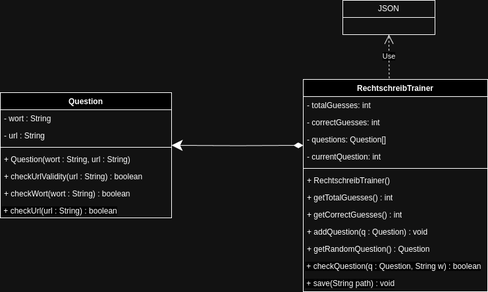
TGM-HIT/sew9-2425-worttrainer-ahujaankush keeps this draw.io diagram as Worttrainer.png. Above is the earlier version. Source tidied: cells renumbered, new cells last; positions are measured from the earlier drawing's top-left corner, leaving out a move shared by most shapes.
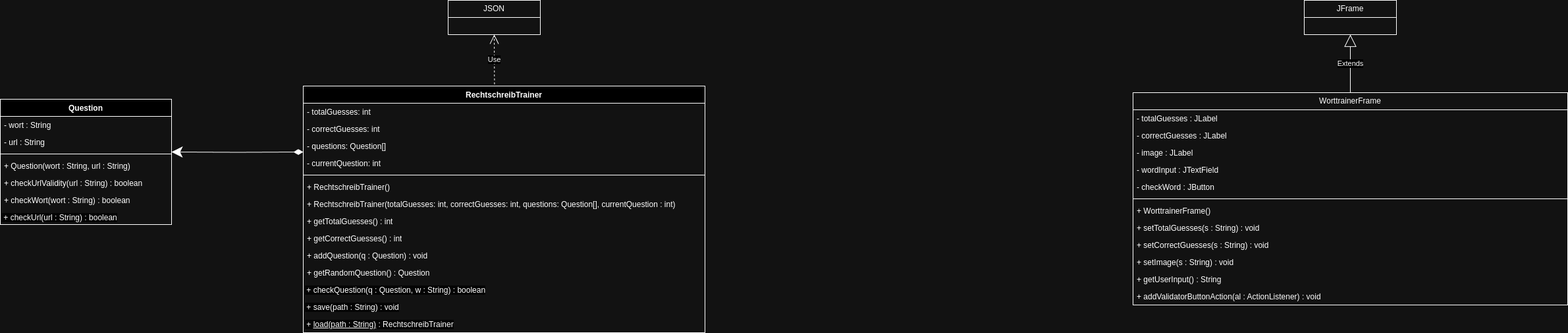
Later version of the same file.

Commit message:
UML :  WorttrainerFrame

Change to the diagram source:
```diff
@@ -27,54 +27,105 @@
       <mxGeometry y="166" width="260" height="24" as="geometry" />
     </mxCell>
     <mxCell id="10" value="RechtschreibTrainer" style="swimlane;fontStyle=1;align=center;verticalAlign=top;horizontal=1;startSize=26;whiteSpace=wrap;html=1;" parent="1" vertex="1">
-      <mxGeometry x="460" y="120" width="280" height="322" as="geometry" />
+      <mxGeometry x="460" y="120" width="610" height="374" as="geometry" />
     </mxCell>
     <mxCell id="11" value="- totalGuesses: int" style="text;strokeColor=none;fillColor=none;align=left;verticalAlign=top;spacingLeft=4;spacingRight=4;overflow=hidden;whiteSpace=wrap;html=1;" parent="10" vertex="1">
-      <mxGeometry y="26" width="280" height="26" as="geometry" />
+      <mxGeometry y="26" width="610" height="26" as="geometry" />
     </mxCell>
     <mxCell id="12" value="- correctGuesses: int" style="text;strokeColor=none;fillColor=none;align=left;verticalAlign=top;spacingLeft=4;spacingRight=4;overflow=hidden;whiteSpace=wrap;html=1;" parent="10" vertex="1">
-      <mxGeometry y="52" width="280" height="26" as="geometry" />
+      <mxGeometry y="52" width="610" height="26" as="geometry" />
     </mxCell>
     <mxCell id="13" value="- questions: Question[]" style="text;strokeColor=none;fillColor=none;align=left;verticalAlign=top;spacingLeft=4;spacingRight=4;overflow=hidden;points=[[0,0.5],[1,0.5]];portConstraint=eastwest;whiteSpace=wrap;html=1;" parent="10" vertex="1">
-      <mxGeometry y="78" width="280" height="26" as="geometry" />
+      <mxGeometry y="78" width="610" height="26" as="geometry" />
     </mxCell>
     <mxCell id="14" value="- currentQuestion: int" style="text;strokeColor=none;fillColor=none;align=left;verticalAlign=top;spacingLeft=4;spacingRight=4;overflow=hidden;whiteSpace=wrap;html=1;" parent="10" vertex="1">
-      <mxGeometry y="104" width="280" height="26" as="geometry" />
+      <mxGeometry y="104" width="610" height="26" as="geometry" />
     </mxCell>
     <mxCell id="15" style="line;strokeWidth=1;fillColor=none;align=left;verticalAlign=middle;spacingTop=-1;spacingLeft=3;spacingRight=3;labelPosition=right;strokeColor=inherit;" parent="10" vertex="1">
-      <mxGeometry y="130" width="280" height="10" as="geometry" />
+      <mxGeometry y="130" width="610" height="10" as="geometry" />
     </mxCell>
     <mxCell id="16" value="+ RechtschreibTrainer()" style="text;strokeColor=none;fillColor=none;align=left;verticalAlign=top;spacingLeft=4;spacingRight=4;overflow=hidden;whiteSpace=wrap;html=1;" parent="10" vertex="1">
-      <mxGeometry y="140" width="280" height="26" as="geometry" />
+      <mxGeometry y="140" width="610" height="26" as="geometry" />
     </mxCell>
+    <mxCell id="26" value="+ RechtschreibTrainer(totalGuesses: int, correctGuesses: int, questions: Question[], currentQuestion : int)" style="text;strokeColor=none;fillColor=none;align=left;verticalAlign=top;spacingLeft=4;spacingRight=4;overflow=hidden;whiteSpace=wrap;html=1;" parent="10" vertex="1">
+      <mxGeometry y="166" width="610" height="26" as="geometry" />
+    </mxCell>
     <mxCell id="17" value="+ getTotalGuesses() : int" style="text;strokeColor=none;fillColor=none;align=left;verticalAlign=top;spacingLeft=4;spacingRight=4;overflow=hidden;whiteSpace=wrap;html=1;" parent="10" vertex="1">
-      <mxGeometry y="166" width="280" height="26" as="geometry" />
+      <mxGeometry y="192" width="610" height="26" as="geometry" />
     </mxCell>
     <mxCell id="18" value="+ getCorrectGuesses() : int" style="text;strokeColor=none;fillColor=none;align=left;verticalAlign=top;spacingLeft=4;spacingRight=4;overflow=hidden;whiteSpace=wrap;html=1;" parent="10" vertex="1">
-      <mxGeometry y="192" width="280" height="26" as="geometry" />
+      <mxGeometry y="218" width="610" height="26" as="geometry" />
     </mxCell>
     <mxCell id="19" value="+ addQuestion(q : Question) : void" style="text;strokeColor=none;fillColor=none;align=left;verticalAlign=top;spacingLeft=4;spacingRight=4;overflow=hidden;whiteSpace=wrap;html=1;" parent="10" vertex="1">
-      <mxGeometry y="218" width="280" height="26" as="geometry" />
+      <mxGeometry y="244" width="610" height="26" as="geometry" />
     </mxCell>
     <mxCell id="20" value="+ getRandomQuestion() : Question" style="text;strokeColor=none;fillColor=none;align=left;verticalAlign=top;spacingLeft=4;spacingRight=4;overflow=hidden;whiteSpace=wrap;html=1;" parent="10" vertex="1">
-      <mxGeometry y="244" width="280" height="26" as="geometry" />
+      <mxGeometry y="270" width="610" height="26" as="geometry" />
     </mxCell>
-    <mxCell id="21" value="&lt;span style=&quot;color: rgb(0, 0, 0); font-family: Helvetica; font-size: 12px; font-style: normal; font-variant-ligatures: normal; font-variant-caps: normal; font-weight: 400; letter-spacing: normal; orphans: 2; text-align: left; text-indent: 0px; text-transform: none; widows: 2; word-spacing: 0px; -webkit-text-stroke-width: 0px; white-space: normal; background-color: rgb(251, 251, 251); text-decoration-thickness: initial; text-decoration-style: initial; text-decoration-color: initial; display: inline !important; float: none;&quot;&gt;&amp;nbsp;+ checkQuestion(q : Question, String w) : boolean&lt;/span&gt;" style="text;whiteSpace=wrap;html=1;" parent="10" vertex="1">
-      <mxGeometry y="270" width="280" height="26" as="geometry" />
+    <mxCell id="21" value="&lt;span style=&quot;color: rgb(0, 0, 0); font-family: Helvetica; font-size: 12px; font-style: normal; font-variant-ligatures: normal; font-variant-caps: normal; font-weight: 400; letter-spacing: normal; orphans: 2; text-align: left; text-indent: 0px; text-transform: none; widows: 2; word-spacing: 0px; -webkit-text-stroke-width: 0px; white-space: normal; background-color: rgb(251, 251, 251); text-decoration-thickness: initial; text-decoration-style: initial; text-decoration-color: initial; display: inline !important; float: none;&quot;&gt;&amp;nbsp;+ checkQuestion(q : Question, w : String) : boolean&lt;/span&gt;" style="text;whiteSpace=wrap;html=1;" parent="10" vertex="1">
+      <mxGeometry y="296" width="610" height="26" as="geometry" />
     </mxCell>
-    <mxCell id="22" value="&lt;span style=&quot;color: rgb(0, 0, 0); font-family: Helvetica; font-size: 12px; font-style: normal; font-variant-ligatures: normal; font-variant-caps: normal; font-weight: 400; letter-spacing: normal; orphans: 2; text-align: left; text-indent: 0px; text-transform: none; widows: 2; word-spacing: 0px; -webkit-text-stroke-width: 0px; white-space: normal; background-color: rgb(251, 251, 251); text-decoration-thickness: initial; text-decoration-style: initial; text-decoration-color: initial; display: inline !important; float: none;&quot;&gt;&amp;nbsp;+ save(String path) : void&lt;/span&gt;" style="text;whiteSpace=wrap;html=1;" parent="10" vertex="1">
-      <mxGeometry y="296" width="280" height="26" as="geometry" />
+    <mxCell id="22" value="&lt;span style=&quot;color: rgb(0, 0, 0); font-family: Helvetica; font-size: 12px; font-style: normal; font-variant-ligatures: normal; font-variant-caps: normal; font-weight: 400; letter-spacing: normal; orphans: 2; text-align: left; text-indent: 0px; text-transform: none; widows: 2; word-spacing: 0px; -webkit-text-stroke-width: 0px; white-space: normal; background-color: rgb(251, 251, 251); text-decoration-thickness: initial; text-decoration-style: initial; text-decoration-color: initial; display: inline !important; float: none;&quot;&gt;&amp;nbsp;+ save(path : String) : void&lt;/span&gt;" style="text;whiteSpace=wrap;html=1;" parent="10" vertex="1">
+      <mxGeometry y="322" width="610" height="26" as="geometry" />
     </mxCell>
+    <mxCell id="27" value="&lt;span style=&quot;color: rgb(0, 0, 0); font-family: Helvetica; font-size: 12px; font-style: normal; font-variant-ligatures: normal; font-variant-caps: normal; font-weight: 400; letter-spacing: normal; orphans: 2; text-align: left; text-indent: 0px; text-transform: none; widows: 2; word-spacing: 0px; -webkit-text-stroke-width: 0px; white-space: normal; background-color: rgb(251, 251, 251); text-decoration-thickness: initial; text-decoration-style: initial; text-decoration-color: initial; display: inline !important; float: none;&quot;&gt;&amp;nbsp;+ &lt;u&gt;load(path : String)&lt;/u&gt; : RechtschreibTrainer&lt;/span&gt;" style="text;whiteSpace=wrap;html=1;" parent="10" vertex="1">
+      <mxGeometry y="348" width="610" height="26" as="geometry" />
+    </mxCell>
     <mxCell id="23" style="endArrow=diamondThin;html=1;endSize=12;startArrow=classic;startSize=14;startFill=1;edgeStyle=orthogonalEdgeStyle;align=left;verticalAlign=bottom;rounded=0;entryX=0;entryY=0.846;entryDx=0;entryDy=0;entryPerimeter=0;endFill=1;" parent="1" edge="1" target="13">
       <mxGeometry x="-1" y="3" relative="1" as="geometry">
         <mxPoint x="260" y="220" as="sourcePoint" />
       </mxGeometry>
     </mxCell>
     <mxCell id="24" value="JSON" style="swimlane;fontStyle=0;horizontal=1;startSize=26;fillColor=none;whiteSpace=wrap;html=1;" parent="1" vertex="1">
-      <mxGeometry x="520" width="140" height="52" as="geometry" />
+      <mxGeometry x="680" y="-10" width="140" height="52" as="geometry" />
     </mxCell>
-    <mxCell id="25" value="Use" style="endArrow=open;endSize=12;dashed=1;html=1;rounded=0;exitX=0.466;exitY=-0.005;exitDx=0;exitDy=0;exitPerimeter=0;entryX=0.5;entryY=1;entryDx=0;entryDy=0;" parent="1" edge="1" source="10" target="24">
+    <mxCell id="25" value="Use" style="endArrow=open;endSize=12;dashed=1;html=1;rounded=0;exitX=0.476;exitY=-0.007;exitDx=0;exitDy=0;exitPerimeter=0;entryX=0.5;entryY=1;entryDx=0;entryDy=0;" parent="1" edge="1" source="10" target="24">
       <mxGeometry relative="1" as="geometry" />
     </mxCell>
+    <mxCell id="28" value="WorttrainerFrame" style="swimlane;fontStyle=0;horizontal=1;startSize=26;fillColor=none;whiteSpace=wrap;html=1;" parent="1" vertex="1">
+      <mxGeometry x="1720" y="130" width="660" height="322" as="geometry" />
+    </mxCell>
+    <mxCell id="29" value="- totalGuesses : JLabel" style="text;strokeColor=none;fillColor=none;align=left;verticalAlign=top;spacingLeft=4;spacingRight=4;overflow=hidden;whiteSpace=wrap;html=1;" parent="28" vertex="1">
+      <mxGeometry y="26" width="660" height="26" as="geometry" />
+    </mxCell>
+    <mxCell id="30" value="- correctGuesses : JLabel" style="text;strokeColor=none;fillColor=none;align=left;verticalAlign=top;spacingLeft=4;spacingRight=4;overflow=hidden;whiteSpace=wrap;html=1;" parent="28" vertex="1">
+      <mxGeometry y="52" width="660" height="26" as="geometry" />
+    </mxCell>
+    <mxCell id="31" value="- image : JLabel" style="text;strokeColor=none;fillColor=none;align=left;verticalAlign=top;spacingLeft=4;spacingRight=4;overflow=hidden;whiteSpace=wrap;html=1;" parent="28" vertex="1">
+      <mxGeometry y="78" width="660" height="26" as="geometry" />
+    </mxCell>
+    <mxCell id="32" value="- wordInput : JTextField" style="text;strokeColor=none;fillColor=none;align=left;verticalAlign=top;spacingLeft=4;spacingRight=4;overflow=hidden;whiteSpace=wrap;html=1;" parent="28" vertex="1">
+      <mxGeometry y="104" width="660" height="26" as="geometry" />
+    </mxCell>
+    <mxCell id="33" value="- checkWord : JButton" style="text;strokeColor=none;fillColor=none;align=left;verticalAlign=top;spacingLeft=4;spacingRight=4;overflow=hidden;whiteSpace=wrap;html=1;" parent="28" vertex="1">
+      <mxGeometry y="130" width="660" height="26" as="geometry" />
+    </mxCell>
+    <mxCell id="34" style="line;strokeWidth=1;fillColor=none;align=left;verticalAlign=middle;spacingTop=-1;spacingLeft=3;spacingRight=3;labelPosition=right;strokeColor=inherit;" parent="28" vertex="1">
+      <mxGeometry y="156" width="660" height="10" as="geometry" />
+    </mxCell>
+    <mxCell id="35" value="+&amp;nbsp;&lt;span style=&quot;text-align: center;&quot;&gt;WorttrainerFrame&lt;/span&gt;()" style="text;strokeColor=none;fillColor=none;align=left;verticalAlign=top;spacingLeft=4;spacingRight=4;overflow=hidden;whiteSpace=wrap;html=1;" parent="28" vertex="1">
+      <mxGeometry y="166" width="660" height="26" as="geometry" />
+    </mxCell>
+    <mxCell id="36" value="+ setTotalGuesses(s : String) : void" style="text;strokeColor=none;fillColor=none;align=left;verticalAlign=top;spacingLeft=4;spacingRight=4;overflow=hidden;whiteSpace=wrap;html=1;" parent="28" vertex="1">
+      <mxGeometry y="192" width="660" height="26" as="geometry" />
+    </mxCell>
+    <mxCell id="37" value="+ setCorrectGuesses(s : String) : void" style="text;strokeColor=none;fillColor=none;align=left;verticalAlign=top;spacingLeft=4;spacingRight=4;overflow=hidden;whiteSpace=wrap;html=1;" parent="28" vertex="1">
+      <mxGeometry y="218" width="660" height="26" as="geometry" />
+    </mxCell>
+    <mxCell id="38" value="+ setImage(s : String) : void" style="text;strokeColor=none;fillColor=none;align=left;verticalAlign=top;spacingLeft=4;spacingRight=4;overflow=hidden;whiteSpace=wrap;html=1;" parent="28" vertex="1">
+      <mxGeometry y="244" width="660" height="26" as="geometry" />
+    </mxCell>
+    <mxCell id="39" value="+ getUserInput() : String" style="text;strokeColor=none;fillColor=none;align=left;verticalAlign=top;spacingLeft=4;spacingRight=4;overflow=hidden;whiteSpace=wrap;html=1;" parent="28" vertex="1">
+      <mxGeometry y="270" width="660" height="26" as="geometry" />
+    </mxCell>
+    <mxCell id="40" value="+ addValidatorButtonAction(al : ActionListener) : void" style="text;strokeColor=none;fillColor=none;align=left;verticalAlign=top;spacingLeft=4;spacingRight=4;overflow=hidden;whiteSpace=wrap;html=1;" parent="28" vertex="1">
+      <mxGeometry y="296" width="660" height="26" as="geometry" />
+    </mxCell>
+    <mxCell id="41" value="JFrame" style="swimlane;fontStyle=0;horizontal=1;startSize=26;fillColor=none;whiteSpace=wrap;html=1;" parent="1" vertex="1">
+      <mxGeometry x="1980" y="-10" width="140" height="52" as="geometry" />
+    </mxCell>
+    <mxCell id="42" value="Extends" style="endArrow=block;endSize=16;endFill=0;html=1;rounded=0;exitX=0.5;exitY=0;exitDx=0;exitDy=0;entryX=0.5;entryY=1;entryDx=0;entryDy=0;" parent="1" edge="1" source="28" target="41">
+      <mxGeometry relative="1" as="geometry" />
+    </mxCell>
   </root>
 </mxGraphModel>
```
